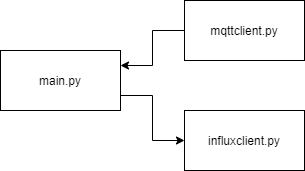
Earlier version of the draw.io export docs/class.png (Armen-Tech/nhc2influxdb). Source tidied: cells renumbered, new cells last; positions are measured from the earlier drawing's top-left corner, leaving out a move shared by most shapes. Source of this version:
```xml
<mxGraphModel>
  <root>
    <mxCell id="0" />
    <mxCell id="1" parent="0" />
    <mxCell id="2" style="edgeStyle=orthogonalEdgeStyle;rounded=0;jettySize=auto;html=1;entryX=0;entryY=0.5;entryDx=0;entryDy=0;exitX=1;exitY=0.25;exitDx=0;exitDy=0;startArrow=classic;startFill=1;endArrow=none;endFill=0;" parent="1" edge="1" source="4" target="5">
      <mxGeometry relative="1" as="geometry" />
    </mxCell>
    <mxCell id="3" style="edgeStyle=orthogonalEdgeStyle;rounded=0;jettySize=auto;html=1;entryX=0;entryY=0.5;entryDx=0;entryDy=0;exitX=1;exitY=0.75;exitDx=0;exitDy=0;" parent="1" edge="1" source="4" target="6">
      <mxGeometry relative="1" as="geometry" />
    </mxCell>
    <mxCell id="4" value="main.py" style="rounded=0;whiteSpace=wrap;html=1;" parent="1" vertex="1">
      <mxGeometry y="50" width="120" height="60" as="geometry" />
    </mxCell>
    <mxCell id="5" value="mqttclient.py" style="rounded=0;whiteSpace=wrap;html=1;" parent="1" vertex="1">
      <mxGeometry x="184" width="120" height="60" as="geometry" />
    </mxCell>
    <mxCell id="6" value="influxclient.py" style="rounded=0;whiteSpace=wrap;html=1;" parent="1" vertex="1">
      <mxGeometry x="184" y="110" width="120" height="60" as="geometry" />
    </mxCell>
  </root>
</mxGraphModel>
```
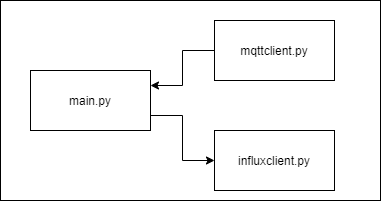
Later version of the same file.

Diff of the diagram source:
```diff
@@ -2,6 +2,9 @@
   <root>
     <mxCell id="0" />
     <mxCell id="1" parent="0" />
+    <mxCell id="7" style="rounded=0;whiteSpace=wrap;html=1;" parent="1" vertex="1">
+      <mxGeometry x="-30" y="-20" width="380" height="200" as="geometry" />
+    </mxCell>
     <mxCell id="2" style="edgeStyle=orthogonalEdgeStyle;rounded=0;jettySize=auto;html=1;entryX=0;entryY=0.5;entryDx=0;entryDy=0;exitX=1;exitY=0.25;exitDx=0;exitDy=0;startArrow=classic;startFill=1;endArrow=none;endFill=0;" parent="1" edge="1" source="4" target="5">
       <mxGeometry relative="1" as="geometry" />
     </mxCell>
```
